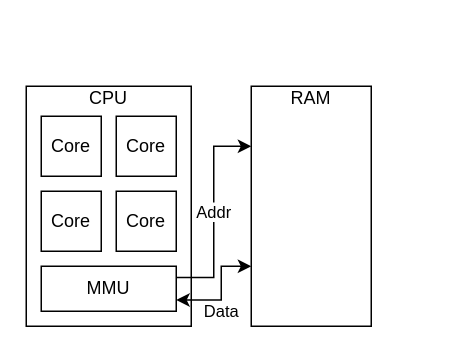
Earlier version of the draw.io diagram figures/neumann.drawio (Mast3rwaf1z/p4). Source tidied: cells renumbered, new cells numbered last; positions are measured from the earlier drawing's top-left corner, leaving out a move shared by most shapes. Both pictures are drawn from the tidied source at 150%, with x=0, y=0 at pixel (26, 86).
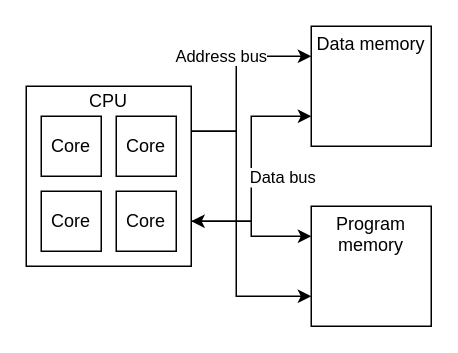
Above is the later version.

What changed in the source:
```diff
@@
 <mxGraphModel>
   <root>
     <mxCell id="0" />
     <mxCell id="1" parent="0" />
-    <mxCell id="2" value="RAM&lt;br&gt;&lt;br&gt;&lt;br&gt;&lt;br&gt;&lt;br&gt;&lt;div&gt;&lt;br&gt;&lt;/div&gt;&lt;div&gt;&lt;br&gt;&lt;/div&gt;&lt;div&gt;&lt;br&gt;&lt;/div&gt;&lt;div&gt;&lt;br&gt;&lt;/div&gt;&lt;div&gt;&lt;br&gt;&lt;/div&gt;&lt;div&gt;&lt;br&gt;&lt;/div&gt;" style="rounded=0;whiteSpace=wrap;html=1;fontFamily=palatino;" parent="1" vertex="1">
-      <mxGeometry x="150" width="80" height="160" as="geometry" />
+    <mxCell id="2" value="Data memory&lt;br&gt;&lt;br&gt;&lt;br&gt;&lt;br&gt;&lt;br&gt;" style="rounded=0;whiteSpace=wrap;html=1;fontFamily=palatino;" parent="1" vertex="1">
+      <mxGeometry x="190" y="-40" width="80" height="80" as="geometry" />
     </mxCell>
+    <mxCell id="11" style="edgeStyle=orthogonalEdgeStyle;rounded=0;jettySize=auto;html=1;exitX=1;exitY=0.75;exitDx=0;exitDy=0;entryX=0;entryY=0.25;entryDx=0;entryDy=0;" parent="1" edge="1" source="3" target="16">
+      <mxGeometry relative="1" as="geometry" />
+    </mxCell>
+    <mxCell id="12" style="edgeStyle=orthogonalEdgeStyle;rounded=0;jettySize=auto;html=1;exitX=1;exitY=0.75;exitDx=0;exitDy=0;entryX=0;entryY=0.75;entryDx=0;entryDy=0;startArrow=classic;startFill=1;" parent="1" edge="1" source="3" target="2">
+      <mxGeometry relative="1" as="geometry" />
+    </mxCell>
+    <mxCell id="13" value="Data bus" style="edgeLabel;html=1;align=center;verticalAlign=middle;" parent="12" vertex="1">
+      <mxGeometry x="0.27" y="-1" relative="1" as="geometry">
+        <mxPoint x="19" y="25" as="offset" />
+      </mxGeometry>
+    </mxCell>
+    <mxCell id="14" value="Address bus" style="edgeStyle=orthogonalEdgeStyle;rounded=0;jettySize=auto;html=1;exitX=1;exitY=0.25;exitDx=0;exitDy=0;entryX=0;entryY=0.25;entryDx=0;entryDy=0;" parent="1" edge="1" source="3" target="2">
+      <mxGeometry x="0.23" y="10" relative="1" as="geometry">
+        <Array as="points">
+          <mxPoint x="140" y="30" />
+          <mxPoint x="140" y="-20" />
+        </Array>
+        <mxPoint x="-10" y="10" as="offset" />
+      </mxGeometry>
+    </mxCell>
+    <mxCell id="15" style="edgeStyle=orthogonalEdgeStyle;rounded=0;jettySize=auto;html=1;exitX=1;exitY=0.25;exitDx=0;exitDy=0;entryX=0;entryY=0.75;entryDx=0;entryDy=0;" parent="1" edge="1" source="3" target="16">
+      <mxGeometry relative="1" as="geometry">
+        <Array as="points">
+          <mxPoint x="140" y="30" />
+          <mxPoint x="140" y="140" />
+        </Array>
+      </mxGeometry>
+    </mxCell>
-    <mxCell id="3" value="&lt;div&gt;CPU&lt;/div&gt;&lt;div&gt;&lt;br&gt;&lt;/div&gt;&lt;div&gt;&lt;br&gt;&lt;/div&gt;&lt;div&gt;&lt;br&gt;&lt;/div&gt;&lt;div&gt;&lt;br&gt;&lt;/div&gt;&lt;div&gt;&lt;br&gt;&lt;/div&gt;&lt;div&gt;&lt;br&gt;&lt;/div&gt;&lt;div&gt;&lt;br&gt;&lt;/div&gt;&lt;div&gt;&lt;br&gt;&lt;/div&gt;&lt;div&gt;&lt;br&gt;&lt;/div&gt;&lt;div&gt;&lt;br&gt;&lt;/div&gt;" style="rounded=0;whiteSpace=wrap;html=1;fontFamily=palatino;" parent="1" vertex="1">
-      <mxGeometry width="110" height="160" as="geometry" />
+    <mxCell id="3" value="&lt;div&gt;CPU&lt;/div&gt;&lt;div&gt;&lt;br&gt;&lt;/div&gt;&lt;div&gt;&lt;br&gt;&lt;/div&gt;&lt;div&gt;&lt;br&gt;&lt;/div&gt;&lt;div&gt;&lt;br&gt;&lt;/div&gt;&lt;div&gt;&lt;br&gt;&lt;/div&gt;&lt;div&gt;&lt;br&gt;&lt;/div&gt;&lt;div&gt;&lt;br&gt;&lt;/div&gt;" style="rounded=0;whiteSpace=wrap;html=1;fontFamily=palatino;" parent="1" vertex="1">
+      <mxGeometry width="110" height="120" as="geometry" />
     </mxCell>
-    <mxCell id="4" value="Data" style="edgeStyle=orthogonalEdgeStyle;rounded=0;jettySize=auto;html=1;exitX=1;exitY=0.75;exitDx=0;exitDy=0;entryX=0;entryY=0.75;entryDx=0;entryDy=0;startArrow=classic;startFill=1;fontFamily=palatino;" parent="1" edge="1" source="6" target="2">
-      <mxGeometry x="-0.17" y="-7" relative="1" as="geometry">
-        <Array as="points">
-          <mxPoint x="130" y="143" />
-          <mxPoint x="130" y="120" />
-        </Array>
-        <mxPoint x="-7" y="7" as="offset" />
-      </mxGeometry>
-    </mxCell>
     <mxCell id="5" value="Core" style="whiteSpace=wrap;html=1;fontFamily=palatino;" parent="1" vertex="1">
       <mxGeometry x="10" y="20" width="40" height="40" as="geometry" />
     </mxCell>
-    <mxCell id="6" value="MMU" style="rounded=0;whiteSpace=wrap;html=1;fontFamily=palatino;" parent="1" vertex="1">
-      <mxGeometry x="10" y="120" width="90" height="30" as="geometry" />
-    </mxCell>
     <mxCell id="7" value="Core" style="whiteSpace=wrap;html=1;fontFamily=palatino;" parent="1" vertex="1">
       <mxGeometry x="60" y="20" width="40" height="40" as="geometry" />
     </mxCell>
     <mxCell id="8" value="Core" style="whiteSpace=wrap;html=1;fontFamily=palatino;" parent="1" vertex="1">
       <mxGeometry x="10" y="70" width="40" height="40" as="geometry" />
     </mxCell>
     <mxCell id="9" value="Core" style="whiteSpace=wrap;html=1;fontFamily=palatino;" parent="1" vertex="1">
       <mxGeometry x="60" y="70" width="40" height="40" as="geometry" />
     </mxCell>
-    <mxCell id="10" value="Addr" style="edgeStyle=orthogonalEdgeStyle;rounded=0;jettySize=auto;html=1;exitX=0;exitY=0.25;exitDx=0;exitDy=0;entryX=1;entryY=0.25;entryDx=0;entryDy=0;fontFamily=palatino;startArrow=classic;startFill=1;endArrow=none;endFill=0;" parent="1" edge="1" source="2" target="6">
-      <mxGeometry relative="1" as="geometry" />
-    </mxCell>
+    <mxCell id="16" value="Program memory&lt;br&gt;&lt;br&gt;&lt;br&gt;&lt;br&gt;" style="rounded=0;whiteSpace=wrap;html=1;fontFamily=palatino;" parent="1" vertex="1">
+      <mxGeometry x="190" y="80" width="80" height="80" as="geometry" />
+    </mxCell>
   </root>
 </mxGraphModel>
```
